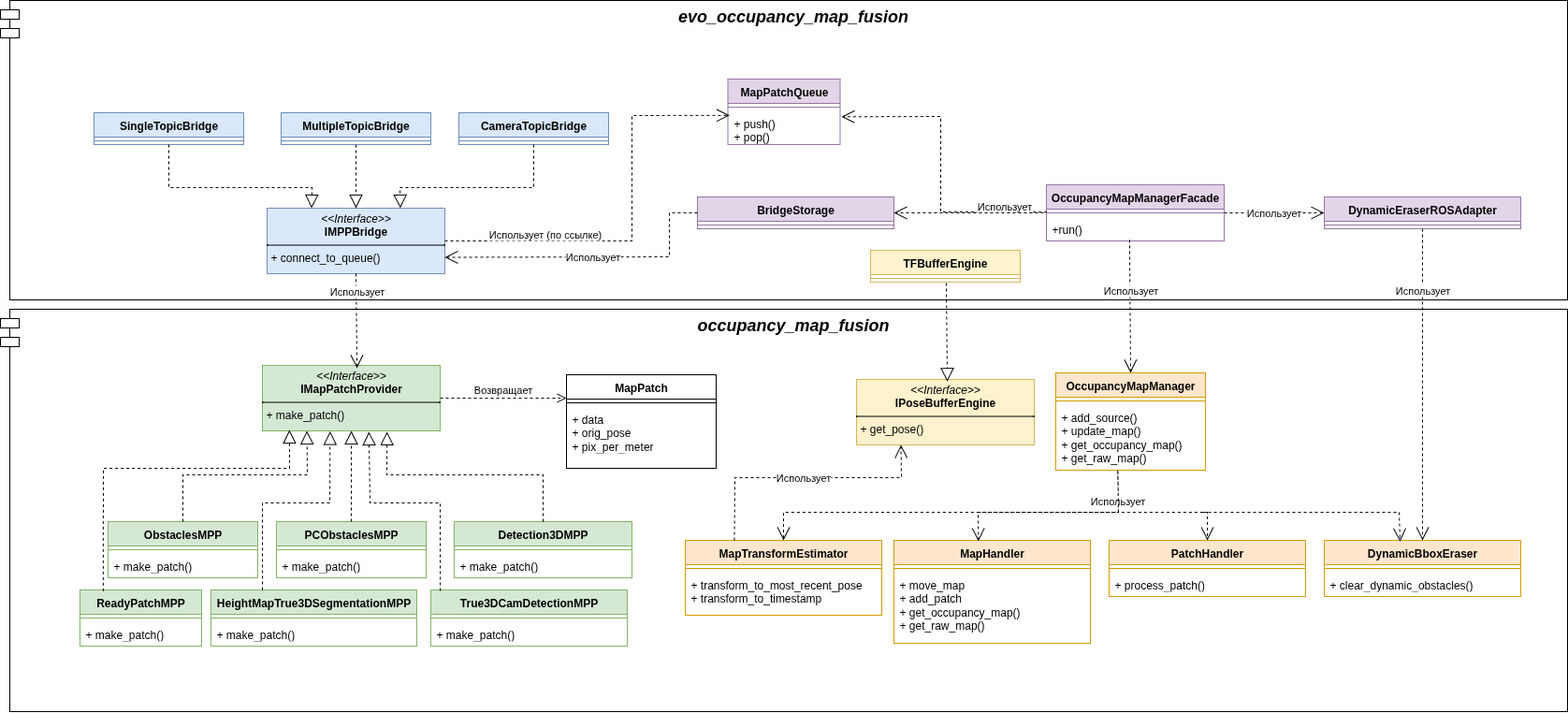
Above: images/OMF_UML.png in Alonso21Quijano/Russian-Phd-LaTeX-Dissertation-Template (draw.io), before the change. Source tidied: cells renumbered, new cells last; positions are measured from the earlier drawing's top-left corner, leaving out a move shared by most shapes.
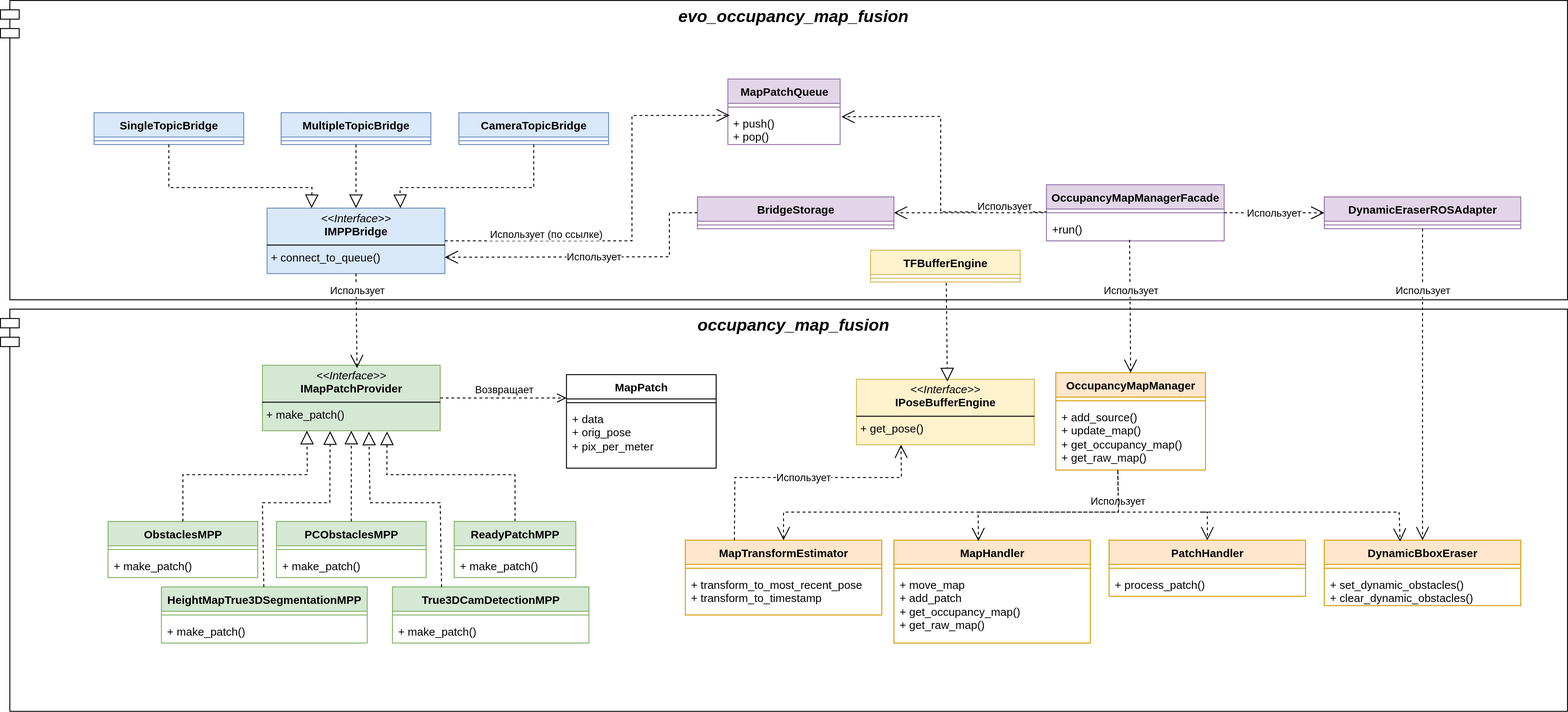
The same file after the commit.

The edit, as a diff of the source:
```diff
@@ -47,7 +47,7 @@
       <mxGeometry y="34" width="160" height="26" as="geometry" />
     </mxCell>
     <mxCell id="15" value="HeightMapTrue3DSegmentationMPP" style="swimlane;fontStyle=1;align=center;verticalAlign=top;horizontal=1;startSize=26;whiteSpace=wrap;html=1;fillColor=#d5e8d4;strokeColor=#82b366;" parent="1" vertex="1">
-      <mxGeometry x="225" y="630" width="220" height="60" as="geometry" />
+      <mxGeometry x="172" y="627" width="220" height="60" as="geometry" />
     </mxCell>
     <mxCell id="16" style="line;strokeWidth=1;fillColor=none;align=left;verticalAlign=middle;spacingTop=-1;spacingLeft=3;spacingRight=3;labelPosition=right;strokeColor=inherit;" parent="15" vertex="1">
       <mxGeometry y="26" width="220" height="8" as="geometry" />
@@ -64,17 +64,8 @@
     <mxCell id="20" value="+ data&lt;div&gt;+ orig_pose&lt;/div&gt;&lt;div&gt;+ pix_per_meter&lt;/div&gt;" style="text;strokeColor=none;fillColor=none;align=left;verticalAlign=top;spacingLeft=4;spacingRight=4;overflow=hidden;whiteSpace=wrap;html=1;" parent="18" vertex="1">
       <mxGeometry y="34" width="160" height="66" as="geometry" />
     </mxCell>
-    <mxCell id="21" value="Detection3DMPP" style="swimlane;fontStyle=1;align=center;verticalAlign=top;horizontal=1;startSize=26;whiteSpace=wrap;html=1;fillColor=#d5e8d4;strokeColor=#82b366;" parent="1" vertex="1">
-      <mxGeometry x="485" y="557" width="190" height="60" as="geometry" />
-    </mxCell>
-    <mxCell id="22" style="line;strokeWidth=1;fillColor=none;align=left;verticalAlign=middle;spacingTop=-1;spacingLeft=3;spacingRight=3;labelPosition=right;strokeColor=inherit;" parent="21" vertex="1">
-      <mxGeometry y="26" width="190" height="8" as="geometry" />
-    </mxCell>
-    <mxCell id="23" value="+ make_patch()" style="text;strokeColor=none;fillColor=none;align=left;verticalAlign=top;spacingLeft=4;spacingRight=4;overflow=hidden;whiteSpace=wrap;html=1;" parent="21" vertex="1">
-      <mxGeometry y="34" width="190" height="26" as="geometry" />
-    </mxCell>
     <mxCell id="24" value="True3DCamDetectionMPP" style="swimlane;fontStyle=1;align=center;verticalAlign=top;horizontal=1;startSize=26;whiteSpace=wrap;html=1;fillColor=#d5e8d4;strokeColor=#82b366;" parent="1" vertex="1">
-      <mxGeometry x="460" y="630" width="210" height="60" as="geometry" />
+      <mxGeometry x="419" y="627" width="210" height="60" as="geometry" />
     </mxCell>
     <mxCell id="25" style="line;strokeWidth=1;fillColor=none;align=left;verticalAlign=middle;spacingTop=-1;spacingLeft=3;spacingRight=3;labelPosition=right;strokeColor=inherit;" parent="24" vertex="1">
       <mxGeometry y="26" width="210" height="8" as="geometry" />
@@ -89,15 +80,15 @@
         </Array>
       </mxGeometry>
     </mxCell>
-    <mxCell id="28" style="endArrow=block;dashed=1;endFill=0;endSize=12;html=1;rounded=0;exitX=0.5;exitY=0;exitDx=0;exitDy=0;entryX=0.701;entryY=1.012;entryDx=0;entryDy=0;entryPerimeter=0;" parent="1" edge="1" source="21" target="7">
+    <mxCell id="28" style="endArrow=block;dashed=1;endFill=0;endSize=12;html=1;rounded=0;exitX=0.5;exitY=0;exitDx=0;exitDy=0;entryX=0.701;entryY=1.012;entryDx=0;entryDy=0;entryPerimeter=0;" parent="1" edge="1" source="81" target="7">
       <mxGeometry relative="1" as="geometry">
         <Array as="points">
-          <mxPoint x="580" y="507" />
+          <mxPoint x="550" y="507" />
           <mxPoint x="413" y="507" />
         </Array>
       </mxGeometry>
     </mxCell>
-    <mxCell id="29" style="endArrow=block;dashed=1;endFill=0;endSize=12;html=1;rounded=0;exitX=0.25;exitY=0;exitDx=0;exitDy=0;entryX=0.381;entryY=1.007;entryDx=0;entryDy=0;entryPerimeter=0;" parent="1" edge="1" source="15" target="7">
+    <mxCell id="29" style="endArrow=block;dashed=1;endFill=0;endSize=12;html=1;rounded=0;entryX=0.381;entryY=1.007;entryDx=0;entryDy=0;entryPerimeter=0;" parent="1" edge="1" source="15" target="7">
       <mxGeometry relative="1" as="geometry">
         <Array as="points">
           <mxPoint x="280" y="537" />
@@ -105,7 +96,7 @@
         </Array>
       </mxGeometry>
     </mxCell>
-    <mxCell id="30" style="endArrow=block;dashed=1;endFill=0;endSize=12;html=1;rounded=0;exitX=0.048;exitY=0.017;exitDx=0;exitDy=0;entryX=0.599;entryY=1.014;entryDx=0;entryDy=0;entryPerimeter=0;exitPerimeter=0;" parent="1" edge="1" source="24" target="7">
+    <mxCell id="30" style="endArrow=block;dashed=1;endFill=0;endSize=12;html=1;rounded=0;exitX=0.25;exitY=0;exitDx=0;exitDy=0;entryX=0.599;entryY=1.014;entryDx=0;entryDy=0;entryPerimeter=0;" parent="1" edge="1" source="24" target="7">
       <mxGeometry relative="1" as="geometry">
         <Array as="points">
           <mxPoint x="470" y="537" />
@@ -265,13 +256,13 @@
       </mxGeometry>
     </mxCell>
     <mxCell id="68" value="DynamicBboxEraser" style="swimlane;fontStyle=1;align=center;verticalAlign=top;horizontal=1;startSize=26;whiteSpace=wrap;html=1;fillColor=#ffe6cc;strokeColor=#d79b00;" parent="1" vertex="1">
-      <mxGeometry x="1415" y="577" width="210" height="60" as="geometry" />
+      <mxGeometry x="1415" y="577" width="210" height="70" as="geometry" />
     </mxCell>
     <mxCell id="69" style="line;strokeWidth=1;fillColor=none;align=left;verticalAlign=middle;spacingTop=-1;spacingLeft=3;spacingRight=3;labelPosition=right;strokeColor=inherit;" parent="68" vertex="1">
       <mxGeometry y="26" width="210" height="8" as="geometry" />
     </mxCell>
-    <mxCell id="70" value="+ clear_dynamic_obstacles()" style="text;strokeColor=none;fillColor=none;align=left;verticalAlign=top;spacingLeft=4;spacingRight=4;overflow=hidden;whiteSpace=wrap;html=1;" parent="68" vertex="1">
-      <mxGeometry y="34" width="210" height="26" as="geometry" />
+    <mxCell id="70" value="+ set_dynamic_obstacles()&lt;div&gt;+ clear_dynamic_obstacles()&lt;div&gt;&lt;br&gt;&lt;/div&gt;&lt;/div&gt;" style="text;strokeColor=none;fillColor=none;align=left;verticalAlign=top;spacingLeft=4;spacingRight=4;overflow=hidden;whiteSpace=wrap;html=1;" parent="68" vertex="1">
+      <mxGeometry y="34" width="210" height="36" as="geometry" />
     </mxCell>
     <mxCell id="71" style="endArrow=open;endSize=12;dashed=1;html=1;rounded=0;entryX=0.386;entryY=0.022;entryDx=0;entryDy=0;entryPerimeter=0;" parent="1" edge="1" target="68">
       <mxGeometry x="-0.81" y="19" relative="1" as="geometry">
@@ -315,7 +306,7 @@
       <mxGeometry x="-0.6" relative="1" as="geometry" />
     </mxCell>
     <mxCell id="81" value="ReadyPatchMPP" style="swimlane;fontStyle=1;align=center;verticalAlign=top;horizontal=1;startSize=26;whiteSpace=wrap;html=1;fillColor=#d5e8d4;strokeColor=#82b366;" parent="1" vertex="1">
-      <mxGeometry x="85" y="630" width="130" height="60" as="geometry" />
+      <mxGeometry x="485" y="557" width="130" height="60" as="geometry" />
     </mxCell>
     <mxCell id="82" style="line;strokeWidth=1;fillColor=none;align=left;verticalAlign=middle;spacingTop=-1;spacingLeft=3;spacingRight=3;labelPosition=right;strokeColor=inherit;" parent="81" vertex="1">
       <mxGeometry y="26" width="130" height="8" as="geometry" />
@@ -323,13 +314,5 @@
     <mxCell id="83" value="+ make_patch()" style="text;strokeColor=none;fillColor=none;align=left;verticalAlign=top;spacingLeft=4;spacingRight=4;overflow=hidden;whiteSpace=wrap;html=1;" parent="81" vertex="1">
       <mxGeometry y="34" width="130" height="26" as="geometry" />
     </mxCell>
-    <mxCell id="84" style="endArrow=block;dashed=1;endFill=0;endSize=12;html=1;rounded=0;exitX=0.191;exitY=0.023;exitDx=0;exitDy=0;entryX=0.152;entryY=0.986;entryDx=0;entryDy=0;entryPerimeter=0;exitPerimeter=0;" parent="1" edge="1" source="81" target="7">
-      <mxGeometry relative="1" as="geometry">
-        <Array as="points">
-          <mxPoint x="110" y="500" />
-          <mxPoint x="309" y="500" />
-        </Array>
-      </mxGeometry>
-    </mxCell>
   </root>
 </mxGraphModel>
```
